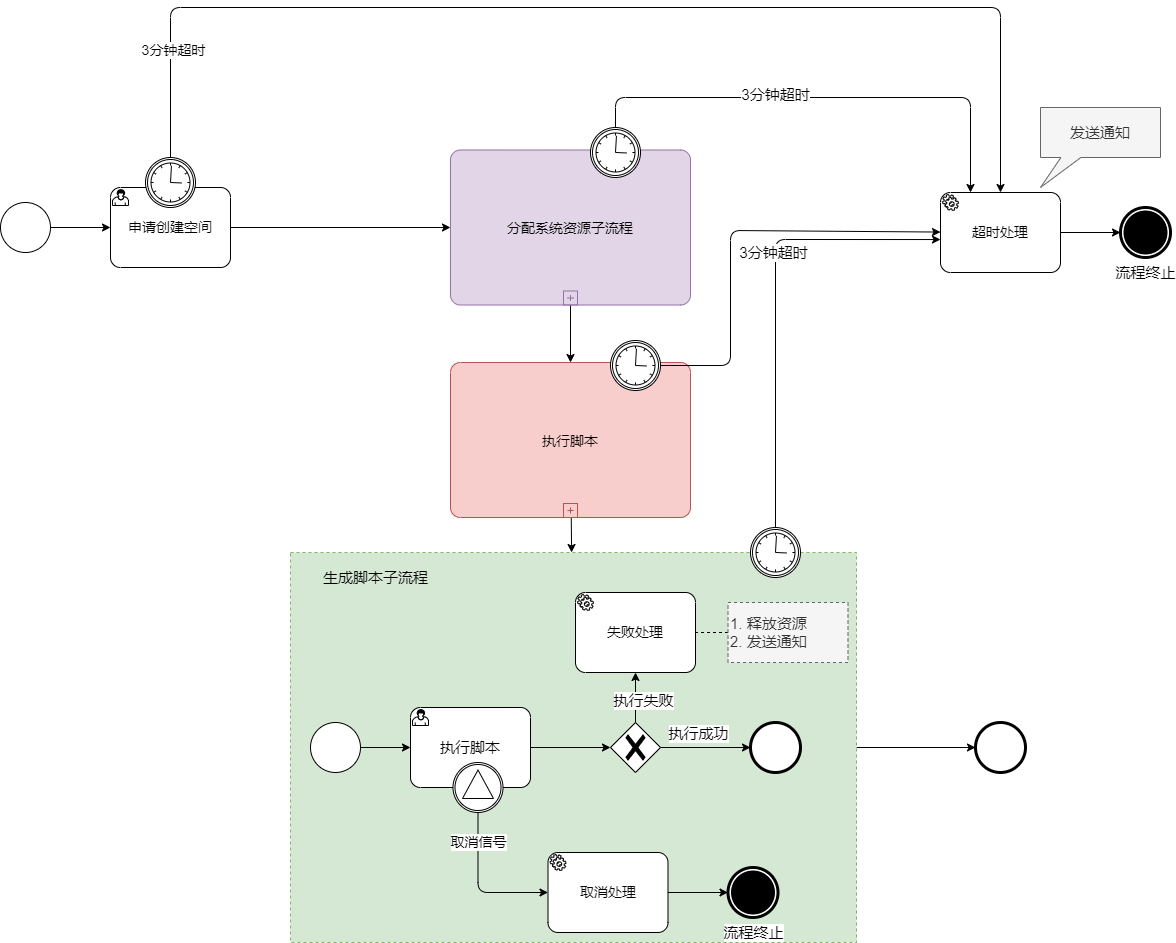
Earlier version of the draw.io export blog/business_observable/002/_media/工作流_细化执行脚本.png (codepodspace/codepod-docs). Source tidied: cells renumbered, new cells last; positions are measured from the earlier drawing's top-left corner, leaving out a move shared by most shapes. Its diagram source:
```xml
<mxGraphModel>
  <root>
    <mxCell id="0" />
    <mxCell id="1" parent="0" />
    <mxCell id="2" style="edgeStyle=none;html=1;fontSize=14;" parent="1" edge="1" source="3" target="13">
      <mxGeometry relative="1" as="geometry" />
    </mxCell>
    <mxCell id="3" value="&lt;span style=&quot;font-family: Arial, sans-serif; background-color: rgb(255, 255, 255); font-size: 14px;&quot;&gt;申请创建空间&lt;/span&gt;" style="points=[[0.25,0,0],[0.5,0,0],[0.75,0,0],[1,0.25,0],[1,0.5,0],[1,0.75,0],[0.75,1,0],[0.5,1,0],[0.25,1,0],[0,0.75,0],[0,0.5,0],[0,0.25,0]];shape=mxgraph.bpmn.task;whiteSpace=wrap;rectStyle=rounded;size=10;html=1;taskMarker=user;fontSize=14;" parent="1" vertex="1">
      <mxGeometry x="110" y="180" width="120" height="80" as="geometry" />
    </mxCell>
    <mxCell id="4" style="edgeStyle=none;html=1;fontSize=14;" parent="1" edge="1" source="5" target="3">
      <mxGeometry relative="1" as="geometry" />
    </mxCell>
    <mxCell id="5" style="points=[[0.145,0.145,0],[0.5,0,0],[0.855,0.145,0],[1,0.5,0],[0.855,0.855,0],[0.5,1,0],[0.145,0.855,0],[0,0.5,0]];shape=mxgraph.bpmn.event;html=1;verticalLabelPosition=bottom;labelBackgroundColor=#ffffff;verticalAlign=top;align=center;perimeter=ellipsePerimeter;outlineConnect=0;outline=standard;symbol=general;fontSize=14;" parent="1" vertex="1">
      <mxGeometry y="195" width="50" height="50" as="geometry" />
    </mxCell>
    <mxCell id="6" style="edgeStyle=none;html=1;fontSize=14;" parent="1" edge="1" source="7" target="11">
      <mxGeometry relative="1" as="geometry" />
    </mxCell>
    <mxCell id="7" value="超时处理" style="points=[[0.25,0,0],[0.5,0,0],[0.75,0,0],[1,0.25,0],[1,0.5,0],[1,0.75,0],[0.75,1,0],[0.5,1,0],[0.25,1,0],[0,0.75,0],[0,0.5,0],[0,0.25,0]];shape=mxgraph.bpmn.task;whiteSpace=wrap;rectStyle=rounded;size=10;html=1;taskMarker=service;fontSize=14;" parent="1" vertex="1">
      <mxGeometry x="940" y="185" width="120" height="80" as="geometry" />
    </mxCell>
    <mxCell id="8" style="edgeStyle=none;html=1;entryX=0.5;entryY=0;entryDx=0;entryDy=0;entryPerimeter=0;fontSize=14;" parent="1" edge="1" source="10" target="7">
      <mxGeometry relative="1" as="geometry">
        <Array as="points">
          <mxPoint x="170" />
          <mxPoint x="1000" />
        </Array>
      </mxGeometry>
    </mxCell>
    <mxCell id="9" value="3分钟超时" style="edgeLabel;html=1;align=center;verticalAlign=middle;fontSize=14;" parent="8" vertex="1">
      <mxGeometry x="-0.82" y="-2" relative="1" as="geometry" />
    </mxCell>
    <mxCell id="10" style="points=[[0.145,0.145,0],[0.5,0,0],[0.855,0.145,0],[1,0.5,0],[0.855,0.855,0],[0.5,1,0],[0.145,0.855,0],[0,0.5,0]];shape=mxgraph.bpmn.event;html=1;verticalLabelPosition=bottom;labelBackgroundColor=#ffffff;verticalAlign=top;align=center;perimeter=ellipsePerimeter;outlineConnect=0;outline=boundInt;symbol=timer;fontSize=14;" parent="1" vertex="1">
      <mxGeometry x="145" y="150" width="50" height="50" as="geometry" />
    </mxCell>
    <mxCell id="11" value="流程终止" style="points=[[0.145,0.145,0],[0.5,0,0],[0.855,0.145,0],[1,0.5,0],[0.855,0.855,0],[0.5,1,0],[0.145,0.855,0],[0,0.5,0]];shape=mxgraph.bpmn.event;html=1;verticalLabelPosition=bottom;labelBackgroundColor=#ffffff;verticalAlign=top;align=center;perimeter=ellipsePerimeter;outlineConnect=0;outline=end;symbol=terminate;fontSize=15;" parent="1" vertex="1">
      <mxGeometry x="1120" y="200" width="50" height="50" as="geometry" />
    </mxCell>
    <mxCell id="12" style="edgeStyle=none;html=1;" parent="1" edge="1" source="13" target="44">
      <mxGeometry relative="1" as="geometry" />
    </mxCell>
    <mxCell id="13" value="&lt;span style=&quot;font-size: 14px;&quot;&gt;分配系统资源子流程&lt;/span&gt;" style="points=[[0.25,0,0],[0.5,0,0],[0.75,0,0],[1,0.25,0],[1,0.5,0],[1,0.75,0],[0.75,1,0],[0.5,1,0],[0.25,1,0],[0,0.75,0],[0,0.5,0],[0,0.25,0]];shape=mxgraph.bpmn.task;whiteSpace=wrap;rectStyle=rounded;size=10;html=1;taskMarker=abstract;isLoopSub=1;fontSize=15;fillColor=#e1d5e7;strokeColor=#9673a6;" parent="1" vertex="1">
      <mxGeometry x="450" y="142.5" width="240" height="155" as="geometry" />
    </mxCell>
    <mxCell id="14" style="edgeStyle=none;html=1;" parent="1" edge="1" source="15" target="45">
      <mxGeometry relative="1" as="geometry" />
    </mxCell>
    <mxCell id="15" style="points=[[0.25,0,0],[0.5,0,0],[0.75,0,0],[1,0.25,0],[1,0.5,0],[1,0.75,0],[0.75,1,0],[0.5,1,0],[0.25,1,0],[0,0.75,0],[0,0.5,0],[0,0.25,0]];shape=mxgraph.bpmn.task;arcSize=10;taskMarker=abstract;outline=none;symbol=general;bpmnShapeType=subprocess;isLoopSub=0;verticalAlign=top;align=left;spacingLeft=5;html=1;whiteSpace=wrap;fontSize=14;fillColor=#d5e8d4;strokeColor=#82b366;" parent="1" vertex="1">
      <mxGeometry x="290" y="545" width="566" height="390" as="geometry" />
    </mxCell>
    <mxCell id="16" style="edgeStyle=none;html=1;fontSize=15;entryX=0.25;entryY=0;entryDx=0;entryDy=0;entryPerimeter=0;" parent="1" edge="1" source="18" target="7">
      <mxGeometry relative="1" as="geometry">
        <Array as="points">
          <mxPoint x="615" y="90" />
          <mxPoint x="970" y="90" />
        </Array>
      </mxGeometry>
    </mxCell>
    <mxCell id="17" value="3分钟超时" style="edgeLabel;html=1;align=center;verticalAlign=middle;fontSize=15;" parent="16" vertex="1">
      <mxGeometry x="-0.21" y="4" relative="1" as="geometry" />
    </mxCell>
    <mxCell id="18" style="points=[[0.145,0.145,0],[0.5,0,0],[0.855,0.145,0],[1,0.5,0],[0.855,0.855,0],[0.5,1,0],[0.145,0.855,0],[0,0.5,0]];shape=mxgraph.bpmn.event;html=1;verticalLabelPosition=bottom;labelBackgroundColor=#ffffff;verticalAlign=top;align=center;perimeter=ellipsePerimeter;outlineConnect=0;outline=boundInt;symbol=timer;fontSize=14;" parent="1" vertex="1">
      <mxGeometry x="590" y="120" width="50" height="50" as="geometry" />
    </mxCell>
    <mxCell id="19" style="edgeStyle=none;html=1;entryX=0;entryY=0.588;entryDx=0;entryDy=0;entryPerimeter=0;fontSize=15;" parent="1" edge="1" source="21" target="7">
      <mxGeometry relative="1" as="geometry">
        <Array as="points">
          <mxPoint x="775" y="232" />
        </Array>
      </mxGeometry>
    </mxCell>
    <mxCell id="20" value="3分钟超时" style="edgeLabel;html=1;align=center;verticalAlign=middle;fontSize=15;" parent="19" vertex="1">
      <mxGeometry x="0.22" y="3" relative="1" as="geometry" />
    </mxCell>
    <mxCell id="21" style="points=[[0.145,0.145,0],[0.5,0,0],[0.855,0.145,0],[1,0.5,0],[0.855,0.855,0],[0.5,1,0],[0.145,0.855,0],[0,0.5,0]];shape=mxgraph.bpmn.event;html=1;verticalLabelPosition=bottom;labelBackgroundColor=#ffffff;verticalAlign=top;align=center;perimeter=ellipsePerimeter;outlineConnect=0;outline=boundInt;symbol=timer;fontSize=14;" parent="1" vertex="1">
      <mxGeometry x="750" y="520" width="50" height="50" as="geometry" />
    </mxCell>
    <mxCell id="22" style="edgeStyle=none;html=1;fontSize=15;" parent="1" edge="1" source="23" target="30">
      <mxGeometry relative="1" as="geometry" />
    </mxCell>
    <mxCell id="23" value="执行脚本" style="points=[[0.25,0,0],[0.5,0,0],[0.75,0,0],[1,0.25,0],[1,0.5,0],[1,0.75,0],[0.75,1,0],[0.5,1,0],[0.25,1,0],[0,0.75,0],[0,0.5,0],[0,0.25,0]];shape=mxgraph.bpmn.task;whiteSpace=wrap;rectStyle=rounded;size=10;html=1;taskMarker=user;fontSize=15;" parent="1" vertex="1">
      <mxGeometry x="410" y="700" width="120" height="80" as="geometry" />
    </mxCell>
    <mxCell id="24" style="edgeStyle=none;html=1;fontSize=15;" parent="1" edge="1" source="25" target="23">
      <mxGeometry relative="1" as="geometry" />
    </mxCell>
    <mxCell id="25" style="points=[[0.145,0.145,0],[0.5,0,0],[0.855,0.145,0],[1,0.5,0],[0.855,0.855,0],[0.5,1,0],[0.145,0.855,0],[0,0.5,0]];shape=mxgraph.bpmn.event;html=1;verticalLabelPosition=bottom;labelBackgroundColor=#ffffff;verticalAlign=top;align=center;perimeter=ellipsePerimeter;outlineConnect=0;outline=standard;symbol=general;fontSize=14;" parent="1" vertex="1">
      <mxGeometry x="310" y="715" width="50" height="50" as="geometry" />
    </mxCell>
    <mxCell id="26" style="edgeStyle=none;html=1;fontSize=15;" parent="1" edge="1" source="30" target="31">
      <mxGeometry relative="1" as="geometry" />
    </mxCell>
    <mxCell id="27" value="执行失败" style="edgeLabel;html=1;align=center;verticalAlign=middle;fontSize=15;" parent="26" vertex="1">
      <mxGeometry x="-0.08" y="-7" relative="1" as="geometry" />
    </mxCell>
    <mxCell id="28" style="edgeStyle=none;html=1;fontSize=15;" parent="1" edge="1" source="30" target="32">
      <mxGeometry relative="1" as="geometry" />
    </mxCell>
    <mxCell id="29" value="执行成功" style="edgeLabel;html=1;align=center;verticalAlign=middle;fontSize=15;" parent="28" vertex="1">
      <mxGeometry x="-0.31" y="3" relative="1" as="geometry">
        <mxPoint x="6" y="-12" as="offset" />
      </mxGeometry>
    </mxCell>
    <mxCell id="30" style="points=[[0.25,0.25,0],[0.5,0,0],[0.75,0.25,0],[1,0.5,0],[0.75,0.75,0],[0.5,1,0],[0.25,0.75,0],[0,0.5,0]];shape=mxgraph.bpmn.gateway2;html=1;verticalLabelPosition=bottom;labelBackgroundColor=#ffffff;verticalAlign=top;align=center;perimeter=rhombusPerimeter;outlineConnect=0;outline=none;symbol=none;gwType=exclusive;fontSize=14;" parent="1" vertex="1">
      <mxGeometry x="610" y="715" width="50" height="50" as="geometry" />
    </mxCell>
    <mxCell id="31" value="失败处理" style="points=[[0.25,0,0],[0.5,0,0],[0.75,0,0],[1,0.25,0],[1,0.5,0],[1,0.75,0],[0.75,1,0],[0.5,1,0],[0.25,1,0],[0,0.75,0],[0,0.5,0],[0,0.25,0]];shape=mxgraph.bpmn.task;whiteSpace=wrap;rectStyle=rounded;size=10;html=1;taskMarker=service;fontSize=14;" parent="1" vertex="1">
      <mxGeometry x="575" y="585" width="120" height="80" as="geometry" />
    </mxCell>
    <mxCell id="32" style="points=[[0.145,0.145,0],[0.5,0,0],[0.855,0.145,0],[1,0.5,0],[0.855,0.855,0],[0.5,1,0],[0.145,0.855,0],[0,0.5,0]];shape=mxgraph.bpmn.event;html=1;verticalLabelPosition=bottom;labelBackgroundColor=#ffffff;verticalAlign=top;align=center;perimeter=ellipsePerimeter;outlineConnect=0;outline=end;symbol=terminate2;fontSize=15;" parent="1" vertex="1">
      <mxGeometry x="750" y="715" width="50" height="50" as="geometry" />
    </mxCell>
    <mxCell id="33" style="edgeStyle=none;html=1;fontSize=15;" parent="1" edge="1" source="34" target="38">
      <mxGeometry relative="1" as="geometry" />
    </mxCell>
    <mxCell id="34" value="取消处理" style="points=[[0.25,0,0],[0.5,0,0],[0.75,0,0],[1,0.25,0],[1,0.5,0],[1,0.75,0],[0.75,1,0],[0.5,1,0],[0.25,1,0],[0,0.75,0],[0,0.5,0],[0,0.25,0]];shape=mxgraph.bpmn.task;whiteSpace=wrap;rectStyle=rounded;size=10;html=1;taskMarker=service;fontSize=14;" parent="1" vertex="1">
      <mxGeometry x="547.5" y="845" width="120" height="80" as="geometry" />
    </mxCell>
    <mxCell id="35" style="edgeStyle=none;html=1;fontSize=14;" parent="1" edge="1" source="37" target="34">
      <mxGeometry relative="1" as="geometry">
        <Array as="points">
          <mxPoint x="477.5" y="885" />
        </Array>
      </mxGeometry>
    </mxCell>
    <mxCell id="36" value="取消信号" style="edgeLabel;html=1;align=center;verticalAlign=middle;fontSize=14;" parent="35" vertex="1">
      <mxGeometry x="-0.61" relative="1" as="geometry" />
    </mxCell>
    <mxCell id="37" style="points=[[0.145,0.145,0],[0.5,0,0],[0.855,0.145,0],[1,0.5,0],[0.855,0.855,0],[0.5,1,0],[0.145,0.855,0],[0,0.5,0]];shape=mxgraph.bpmn.event;html=1;verticalLabelPosition=bottom;labelBackgroundColor=#ffffff;verticalAlign=top;align=center;perimeter=ellipsePerimeter;outlineConnect=0;outline=boundInt;symbol=signal;fontSize=14;" parent="1" vertex="1">
      <mxGeometry x="452.5" y="755" width="50" height="50" as="geometry" />
    </mxCell>
    <mxCell id="38" value="流程终止" style="points=[[0.145,0.145,0],[0.5,0,0],[0.855,0.145,0],[1,0.5,0],[0.855,0.855,0],[0.5,1,0],[0.145,0.855,0],[0,0.5,0]];shape=mxgraph.bpmn.event;html=1;verticalLabelPosition=bottom;labelBackgroundColor=#ffffff;verticalAlign=top;align=center;perimeter=ellipsePerimeter;outlineConnect=0;outline=end;symbol=terminate;fontSize=15;" parent="1" vertex="1">
      <mxGeometry x="727.5" y="860" width="50" height="50" as="geometry" />
    </mxCell>
    <mxCell id="39" value="生成脚本子流程" style="text;html=1;align=center;verticalAlign=middle;strokeColor=none;fillColor=none;fontSize=15;" parent="1" vertex="1">
      <mxGeometry x="310" y="555" width="130" height="30" as="geometry" />
    </mxCell>
    <mxCell id="40" value="发送通知" style="shape=callout;whiteSpace=wrap;html=1;perimeter=calloutPerimeter;fontSize=15;size=30;position=0.17;position2=0;fillColor=#f5f5f5;fontColor=#333333;strokeColor=#666666;" parent="1" vertex="1">
      <mxGeometry x="1040" y="100" width="120" height="80" as="geometry" />
    </mxCell>
    <mxCell id="41" style="edgeStyle=none;html=1;fontSize=15;endArrow=none;endFill=0;dashed=1;" parent="1" edge="1" source="42" target="31">
      <mxGeometry relative="1" as="geometry" />
    </mxCell>
    <mxCell id="42" value="1. 释放资源&lt;br&gt;2. 发送通知" style="whiteSpace=wrap;html=1;fontSize=15;dashed=1;align=left;fillColor=#f5f5f5;fontColor=#333333;strokeColor=#666666;" parent="1" vertex="1">
      <mxGeometry x="727.5" y="595" width="120" height="60" as="geometry" />
    </mxCell>
    <mxCell id="43" style="edgeStyle=none;html=1;" parent="1" edge="1" source="44" target="15">
      <mxGeometry relative="1" as="geometry" />
    </mxCell>
    <mxCell id="44" value="&lt;span style=&quot;font-size: 14px;&quot;&gt;执行脚本&lt;/span&gt;" style="points=[[0.25,0,0],[0.5,0,0],[0.75,0,0],[1,0.25,0],[1,0.5,0],[1,0.75,0],[0.75,1,0],[0.5,1,0],[0.25,1,0],[0,0.75,0],[0,0.5,0],[0,0.25,0]];shape=mxgraph.bpmn.task;whiteSpace=wrap;rectStyle=rounded;size=10;html=1;taskMarker=abstract;isLoopSub=1;fontSize=15;fillColor=#f8cecc;strokeColor=#b85450;" parent="1" vertex="1">
      <mxGeometry x="450" y="355" width="240" height="155" as="geometry" />
    </mxCell>
    <mxCell id="45" style="points=[[0.145,0.145,0],[0.5,0,0],[0.855,0.145,0],[1,0.5,0],[0.855,0.855,0],[0.5,1,0],[0.145,0.855,0],[0,0.5,0]];shape=mxgraph.bpmn.event;html=1;verticalLabelPosition=bottom;labelBackgroundColor=#ffffff;verticalAlign=top;align=center;perimeter=ellipsePerimeter;outlineConnect=0;outline=end;symbol=terminate2;fontSize=15;" parent="1" vertex="1">
      <mxGeometry x="975" y="715" width="50" height="50" as="geometry" />
    </mxCell>
    <mxCell id="46" style="edgeStyle=none;html=1;" parent="1" edge="1" source="47" target="7">
      <mxGeometry relative="1" as="geometry">
        <Array as="points">
          <mxPoint x="730" y="358" />
          <mxPoint x="730" y="223" />
        </Array>
      </mxGeometry>
    </mxCell>
    <mxCell id="47" style="points=[[0.145,0.145,0],[0.5,0,0],[0.855,0.145,0],[1,0.5,0],[0.855,0.855,0],[0.5,1,0],[0.145,0.855,0],[0,0.5,0]];shape=mxgraph.bpmn.event;html=1;verticalLabelPosition=bottom;labelBackgroundColor=#ffffff;verticalAlign=top;align=center;perimeter=ellipsePerimeter;outlineConnect=0;outline=boundInt;symbol=timer;fontSize=14;" parent="1" vertex="1">
      <mxGeometry x="610" y="333" width="50" height="50" as="geometry" />
    </mxCell>
  </root>
</mxGraphModel>
```
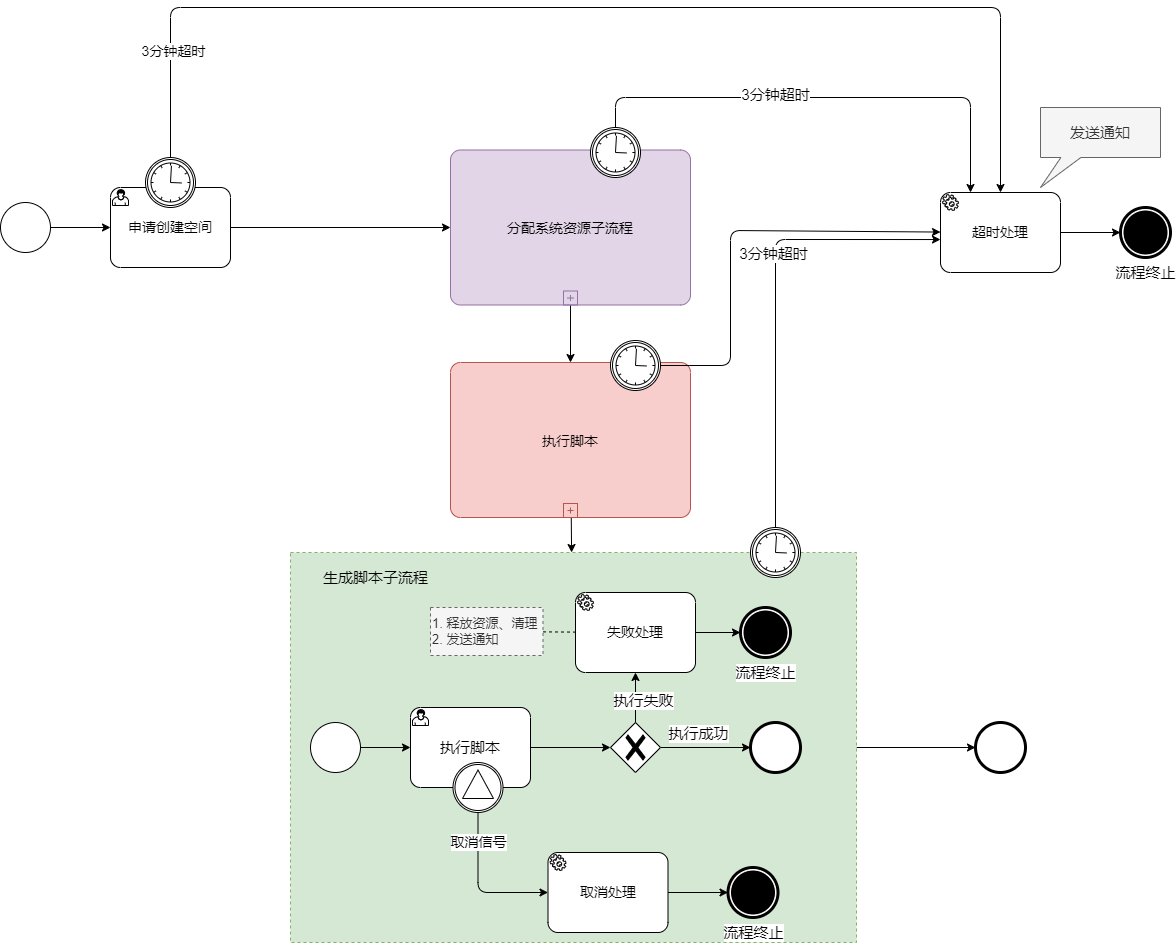
The same diagram one commit later.

Change to the diagram source:
```diff
@@ -105,6 +105,9 @@
     <mxCell id="30" style="points=[[0.25,0.25,0],[0.5,0,0],[0.75,0.25,0],[1,0.5,0],[0.75,0.75,0],[0.5,1,0],[0.25,0.75,0],[0,0.5,0]];shape=mxgraph.bpmn.gateway2;html=1;verticalLabelPosition=bottom;labelBackgroundColor=#ffffff;verticalAlign=top;align=center;perimeter=rhombusPerimeter;outlineConnect=0;outline=none;symbol=none;gwType=exclusive;fontSize=14;" parent="1" vertex="1">
       <mxGeometry x="610" y="715" width="50" height="50" as="geometry" />
     </mxCell>
+    <mxCell id="48" style="edgeStyle=none;html=1;fontSize=13;" parent="1" edge="1" source="31" target="49">
+      <mxGeometry relative="1" as="geometry" />
+    </mxCell>
     <mxCell id="31" value="失败处理" style="points=[[0.25,0,0],[0.5,0,0],[0.75,0,0],[1,0.25,0],[1,0.5,0],[1,0.75,0],[0.75,1,0],[0.5,1,0],[0.25,1,0],[0,0.75,0],[0,0.5,0],[0,0.25,0]];shape=mxgraph.bpmn.task;whiteSpace=wrap;rectStyle=rounded;size=10;html=1;taskMarker=service;fontSize=14;" parent="1" vertex="1">
       <mxGeometry x="575" y="585" width="120" height="80" as="geometry" />
     </mxCell>
@@ -142,8 +145,8 @@
     <mxCell id="41" style="edgeStyle=none;html=1;fontSize=15;endArrow=none;endFill=0;dashed=1;" parent="1" edge="1" source="42" target="31">
       <mxGeometry relative="1" as="geometry" />
     </mxCell>
-    <mxCell id="42" value="1. 释放资源&lt;br&gt;2. 发送通知" style="whiteSpace=wrap;html=1;fontSize=15;dashed=1;align=left;fillColor=#f5f5f5;fontColor=#333333;strokeColor=#666666;" parent="1" vertex="1">
-      <mxGeometry x="727.5" y="595" width="120" height="60" as="geometry" />
+    <mxCell id="42" value="1. 释放资源、清理&lt;br style=&quot;font-size: 13px;&quot;&gt;2. 发送通知" style="whiteSpace=wrap;html=1;fontSize=13;dashed=1;align=left;fillColor=#f5f5f5;fontColor=#333333;strokeColor=#666666;" parent="1" vertex="1">
+      <mxGeometry x="430" y="600" width="112.5" height="48" as="geometry" />
     </mxCell>
     <mxCell id="43" style="edgeStyle=none;html=1;" parent="1" edge="1" source="44" target="15">
       <mxGeometry relative="1" as="geometry" />
@@ -165,5 +168,8 @@
     <mxCell id="47" style="points=[[0.145,0.145,0],[0.5,0,0],[0.855,0.145,0],[1,0.5,0],[0.855,0.855,0],[0.5,1,0],[0.145,0.855,0],[0,0.5,0]];shape=mxgraph.bpmn.event;html=1;verticalLabelPosition=bottom;labelBackgroundColor=#ffffff;verticalAlign=top;align=center;perimeter=ellipsePerimeter;outlineConnect=0;outline=boundInt;symbol=timer;fontSize=14;" parent="1" vertex="1">
       <mxGeometry x="610" y="333" width="50" height="50" as="geometry" />
     </mxCell>
+    <mxCell id="49" value="流程终止" style="points=[[0.145,0.145,0],[0.5,0,0],[0.855,0.145,0],[1,0.5,0],[0.855,0.855,0],[0.5,1,0],[0.145,0.855,0],[0,0.5,0]];shape=mxgraph.bpmn.event;html=1;verticalLabelPosition=bottom;labelBackgroundColor=#ffffff;verticalAlign=top;align=center;perimeter=ellipsePerimeter;outlineConnect=0;outline=end;symbol=terminate;fontSize=15;" parent="1" vertex="1">
+      <mxGeometry x="740" y="600" width="50" height="50" as="geometry" />
+    </mxCell>
   </root>
 </mxGraphModel>
```
